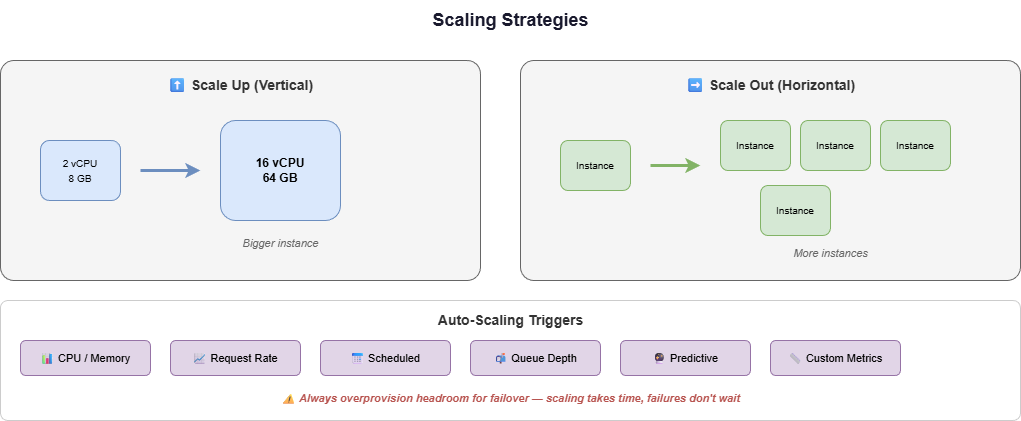
Earlier version of the draw.io export slides/img/scaling-strategies.drawio.png (codebytes/azure-resiliency). Source tidied: cells renumbered, new cells last; positions are measured from the earlier drawing's top-left corner, leaving out a move shared by most shapes.
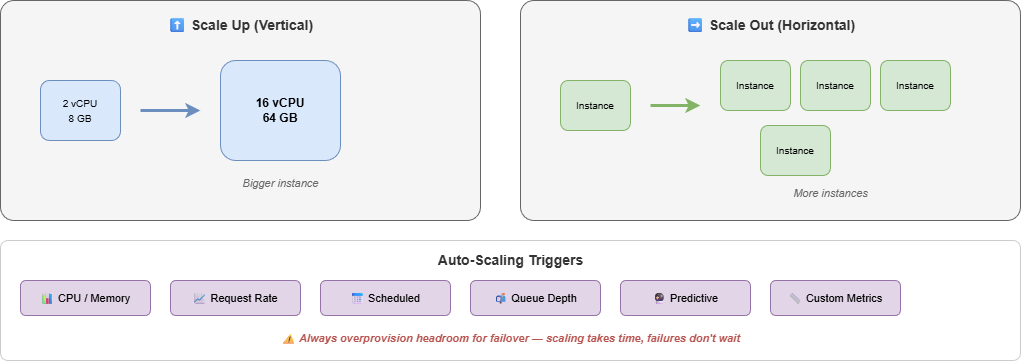
After the commit.

What changed in the source:
```diff
@@ -2,9 +2,6 @@
   <root>
     <mxCell id="0" />
     <mxCell id="1" parent="0" />
-    <mxCell id="2" value="&lt;b&gt;Scaling Strategies&lt;/b&gt;" style="text;html=1;align=center;verticalAlign=middle;fontSize=18;fontColor=#1a1a2e;" parent="1" vertex="1">
-      <mxGeometry x="310" width="400" height="40" as="geometry" />
-    </mxCell>
     <mxCell id="3" style="rounded=1;whiteSpace=wrap;html=1;fillColor=#f5f5f5;strokeColor=#666;arcSize=6;" parent="1" vertex="1">
       <mxGeometry y="60" width="480" height="220" as="geometry" />
     </mxCell>
```
